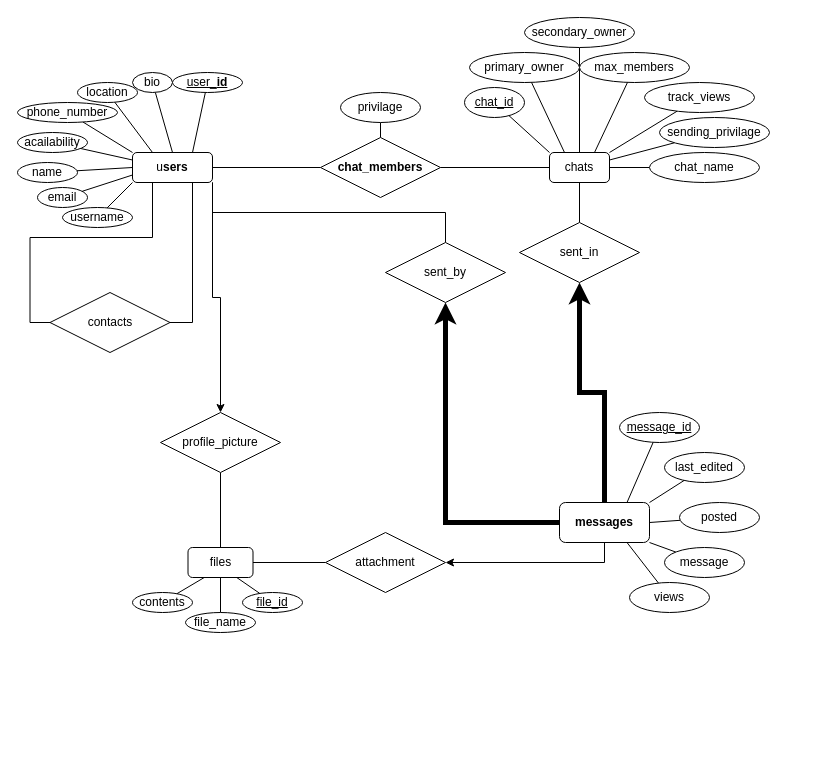
This is ER Diagram.drawio from ParkerTenBroeck/COSC_3P32, a draw.io file, before an edit. Source tidied: cells renumbered, new cells numbered last; positions are measured from the earlier drawing's top-left corner, leaving out a move shared by most shapes. Both pictures are drawn from the tidied source at 100%, with x=0, y=0 at pixel (17, 17).
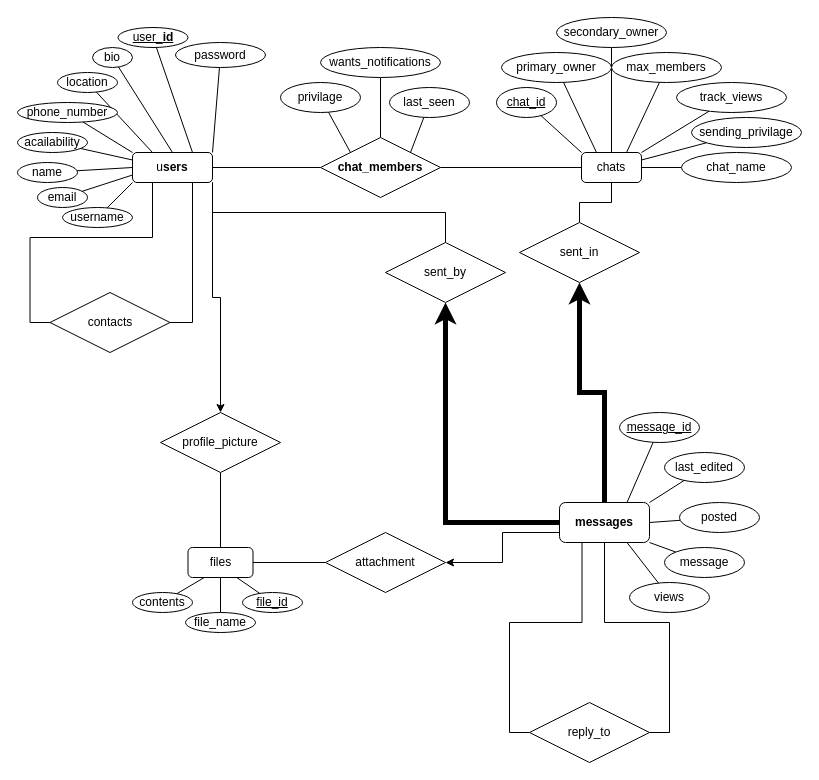
The same page after the edit.

The change refers to these unchanged cells:
```xml
<mxCell id="5" value="&lt;span style=&quot;font-weight: 700;&quot;&gt;chat_members&lt;/span&gt;" style="shape=rhombus;perimeter=rhombusPerimeter;whiteSpace=wrap;html=1;align=center;" parent="1" vertex="1">
  <mxGeometry x="303" y="120" width="120" height="60" as="geometry" />
</mxCell>
<mxCell id="19" value="u&lt;span style=&quot;font-weight: 700; background-color: initial;&quot;&gt;sers&lt;/span&gt;" style="rounded=1;whiteSpace=wrap;html=1;" parent="1" vertex="1">
  <mxGeometry x="115" y="135" width="80" height="30" as="geometry" />
</mxCell>
<mxCell id="52" value="&lt;span style=&quot;font-weight: 700; text-wrap: nowrap;&quot;&gt;messages&lt;/span&gt;" style="rounded=1;whiteSpace=wrap;html=1;" parent="1" vertex="1">
  <mxGeometry x="542" y="485" width="90" height="40" as="geometry" />
</mxCell>
<mxCell id="60" value="attachment" style="shape=rhombus;perimeter=rhombusPerimeter;whiteSpace=wrap;html=1;align=center;" parent="1" vertex="1">
  <mxGeometry x="308" y="515" width="120" height="60" as="geometry" />
</mxCell>
```

Diff of the diagram source:
```diff
@@
-    <mxCell id="2" style="edgeStyle=orthogonalEdgeStyle;rounded=0;jettySize=auto;html=1;exitX=0.5;exitY=0;exitDx=0;exitDy=0;entryX=0.5;entryY=1;entryDx=0;entryDy=0;endArrow=none;endFill=0;" parent="1" edge="1" source="5" target="6">
-      <mxGeometry relative="1" as="geometry" />
-    </mxCell>
@@
+    <mxCell id="72" style="edgeStyle=orthogonalEdgeStyle;rounded=0;jettySize=auto;html=1;exitX=0.5;exitY=0;exitDx=0;exitDy=0;endArrow=none;endFill=0;" parent="1" edge="1" source="5" target="79">
+      <mxGeometry relative="1" as="geometry" />
+    </mxCell>
+    <mxCell id="2" style="rounded=0;jettySize=auto;html=1;exitX=0;exitY=0;exitDx=0;exitDy=0;endArrow=none;endFill=0;" parent="1" edge="1" source="5" target="6">
+      <mxGeometry relative="1" as="geometry" />
+    </mxCell>
+    <mxCell id="73" style="rounded=0;jettySize=auto;html=1;exitX=1;exitY=0;exitDx=0;exitDy=0;endArrow=none;endFill=0;" parent="1" edge="1" source="5" target="80">
+      <mxGeometry relative="1" as="geometry" />
+    </mxCell>
@@
     <mxCell id="6" value="privilage" style="ellipse;whiteSpace=wrap;html=1;" parent="1" vertex="1">
-      <mxGeometry x="323" y="75" width="80" height="30" as="geometry" />
+      <mxGeometry x="263" y="65" width="80" height="30" as="geometry" />
     </mxCell>
@@
+    <mxCell id="74" style="rounded=0;jettySize=auto;html=1;exitX=1;exitY=0;exitDx=0;exitDy=0;endArrow=none;endFill=0;" parent="1" edge="1" source="19" target="77">
+      <mxGeometry relative="1" as="geometry" />
+    </mxCell>
@@
     <mxCell id="20" value="&lt;u&gt;user_&lt;span style=&quot;font-weight: 700; text-align: left; background-color: initial;&quot;&gt;id&lt;/span&gt;&lt;/u&gt;" style="ellipse;whiteSpace=wrap;html=1;" parent="1" vertex="1">
-      <mxGeometry x="155" y="55" width="70" height="20" as="geometry" />
+      <mxGeometry x="100.5" y="10" width="70" height="20" as="geometry" />
     </mxCell>
@@
     <mxCell id="22" value="bio" style="ellipse;whiteSpace=wrap;html=1;" parent="1" vertex="1">
-      <mxGeometry x="115" y="55" width="40" height="20" as="geometry" />
+      <mxGeometry x="75" y="30" width="40" height="20" as="geometry" />
     </mxCell>
@@
     <mxCell id="24" value="location" style="ellipse;whiteSpace=wrap;html=1;" parent="1" vertex="1">
-      <mxGeometry x="60" y="65" width="60" height="20" as="geometry" />
+      <mxGeometry x="40" y="55" width="60" height="20" as="geometry" />
     </mxCell>
@@
     <mxCell id="36" value="chats" style="rounded=1;whiteSpace=wrap;html=1;" parent="1" vertex="1">
-      <mxGeometry x="532" y="135" width="60" height="30" as="geometry" />
+      <mxGeometry x="564" y="135" width="60" height="30" as="geometry" />
     </mxCell>
     <mxCell id="37" value="&lt;u&gt;chat_id&lt;/u&gt;" style="ellipse;whiteSpace=wrap;html=1;" parent="1" vertex="1">
-      <mxGeometry x="447" y="70" width="60" height="30" as="geometry" />
+      <mxGeometry x="479" y="70" width="60" height="30" as="geometry" />
     </mxCell>
     <mxCell id="38" value="primary_owner" style="ellipse;whiteSpace=wrap;html=1;" parent="1" vertex="1">
-      <mxGeometry x="452" y="35" width="110" height="30" as="geometry" />
+      <mxGeometry x="484" y="35" width="110" height="30" as="geometry" />
     </mxCell>
     <mxCell id="39" value="secondary_owner" style="ellipse;whiteSpace=wrap;html=1;" parent="1" vertex="1">
-      <mxGeometry x="507" width="110" height="30" as="geometry" />
+      <mxGeometry x="539" width="110" height="30" as="geometry" />
     </mxCell>
     <mxCell id="40" value="sending_privilage" style="ellipse;whiteSpace=wrap;html=1;" parent="1" vertex="1">
-      <mxGeometry x="642" y="100" width="110" height="30" as="geometry" />
+      <mxGeometry x="674" y="100" width="110" height="30" as="geometry" />
     </mxCell>
     <mxCell id="41" value="track_views" style="ellipse;whiteSpace=wrap;html=1;" parent="1" vertex="1">
-      <mxGeometry x="627" y="65" width="110" height="30" as="geometry" />
+      <mxGeometry x="659" y="65" width="110" height="30" as="geometry" />
     </mxCell>
     <mxCell id="42" value="max_members" style="ellipse;whiteSpace=wrap;html=1;" parent="1" vertex="1">
-      <mxGeometry x="562" y="35" width="110" height="30" as="geometry" />
+      <mxGeometry x="594" y="35" width="110" height="30" as="geometry" />
     </mxCell>
     <mxCell id="43" value="chat_name" style="ellipse;whiteSpace=wrap;html=1;" parent="1" vertex="1">
-      <mxGeometry x="632" y="135" width="110" height="30" as="geometry" />
+      <mxGeometry x="664" y="135" width="110" height="30" as="geometry" />
     </mxCell>
@@
-    <mxCell id="51" style="edgeStyle=orthogonalEdgeStyle;rounded=0;jettySize=auto;html=1;exitX=0.5;exitY=1;exitDx=0;exitDy=0;" parent="1" edge="1" source="52" target="60">
+    <mxCell id="51" style="edgeStyle=orthogonalEdgeStyle;rounded=0;jettySize=auto;html=1;exitX=0;exitY=0.75;exitDx=0;exitDy=0;" parent="1" edge="1" source="52" target="60">
       <mxGeometry relative="1" as="geometry" />
     </mxCell>
+    <mxCell id="75" style="edgeStyle=orthogonalEdgeStyle;rounded=0;jettySize=auto;html=1;exitX=0.5;exitY=1;exitDx=0;exitDy=0;entryX=1;entryY=0.5;entryDx=0;entryDy=0;endArrow=none;endFill=0;" parent="1" edge="1" source="52" target="78">
+      <mxGeometry relative="1" as="geometry" />
+    </mxCell>
+    <mxCell id="76" style="edgeStyle=orthogonalEdgeStyle;rounded=0;jettySize=auto;html=1;exitX=0.25;exitY=1;exitDx=0;exitDy=0;entryX=0;entryY=0.5;entryDx=0;entryDy=0;endArrow=none;endFill=0;" parent="1" edge="1" source="52" target="78">
+      <mxGeometry relative="1" as="geometry" />
+    </mxCell>
@@
+    <mxCell id="77" value="password" style="ellipse;whiteSpace=wrap;html=1;" parent="1" vertex="1">
+      <mxGeometry x="158" y="25" width="90" height="25" as="geometry" />
+    </mxCell>
+    <mxCell id="78" value="reply_to" style="shape=rhombus;perimeter=rhombusPerimeter;whiteSpace=wrap;html=1;align=center;" parent="1" vertex="1">
+      <mxGeometry x="512" y="685" width="120" height="60" as="geometry" />
+    </mxCell>
+    <mxCell id="79" value="wants_notifications" style="ellipse;whiteSpace=wrap;html=1;" parent="1" vertex="1">
+      <mxGeometry x="303" y="30" width="120" height="30" as="geometry" />
+    </mxCell>
+    <mxCell id="80" value="last_seen" style="ellipse;whiteSpace=wrap;html=1;" parent="1" vertex="1">
+      <mxGeometry x="372" y="70" width="80" height="30" as="geometry" />
+    </mxCell>
```
